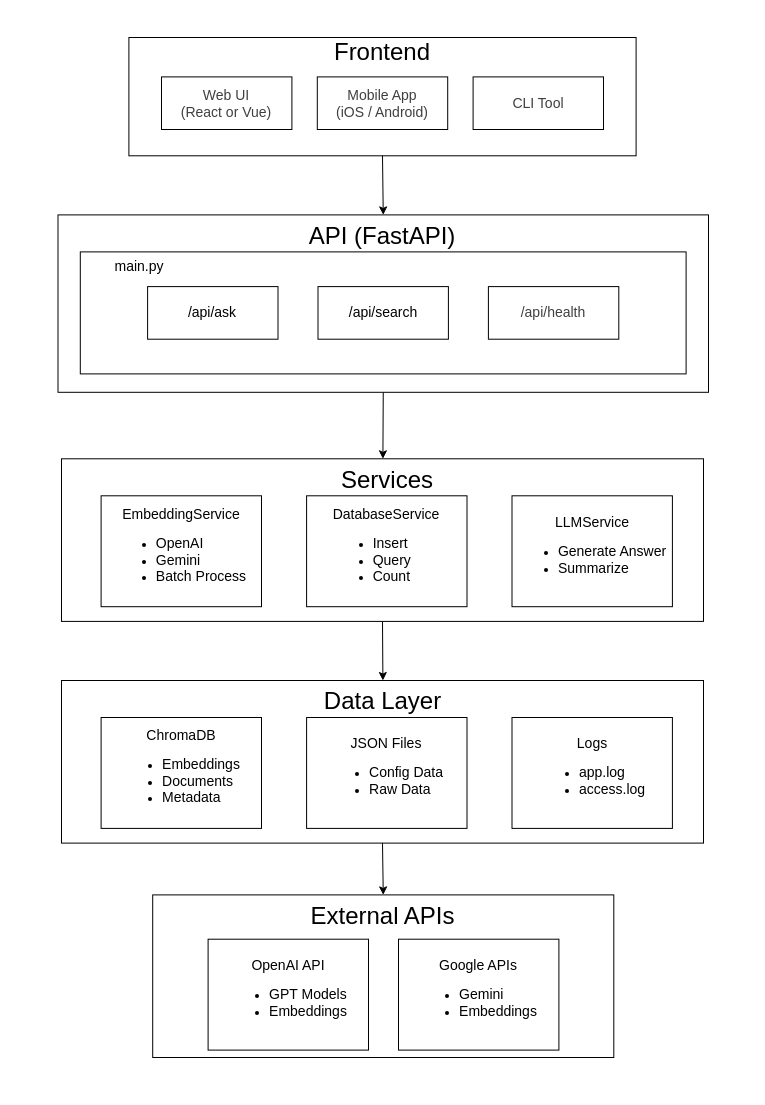
This is docs/drawio/System Architecture.drawio from graduateprojectmis/grad-project, a draw.io file, before an edit. Source tidied: cells renumbered, new cells numbered last; positions are measured from the earlier drawing's top-left corner, leaving out a move shared by most shapes. Both pictures are drawn from the tidied source at 100%, with x=0, y=0 at pixel (58, 37).
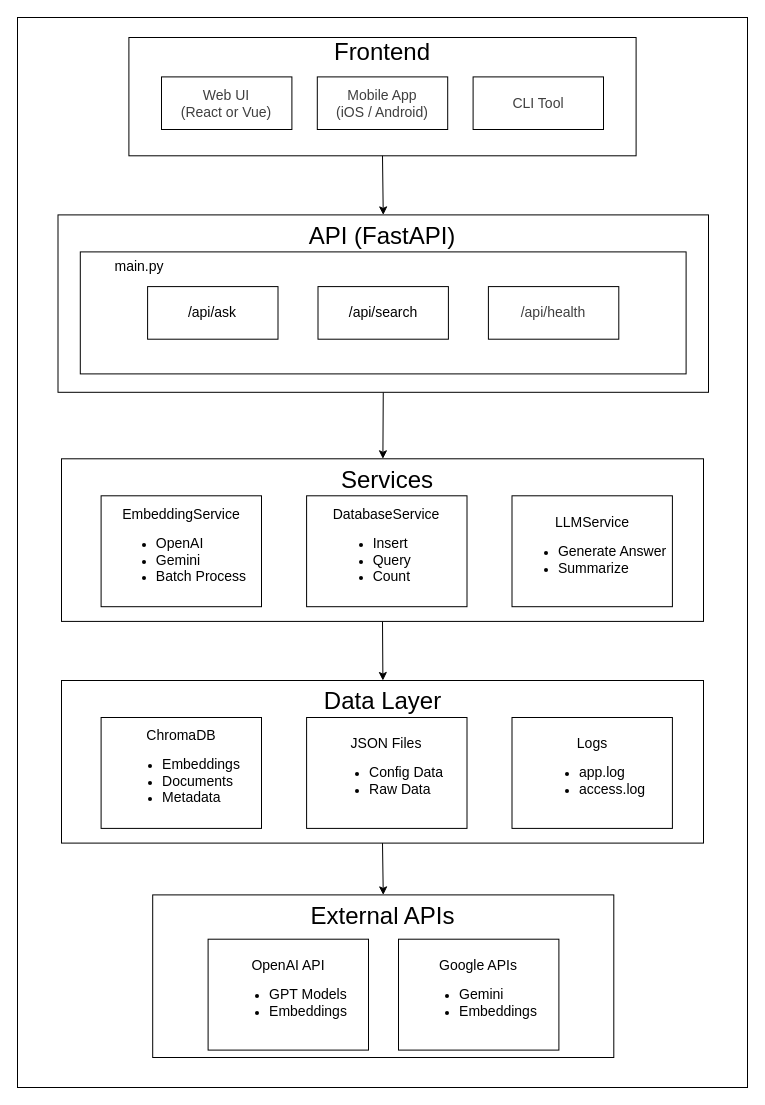
The same page after the edit.

Commit message (it also covers changes not shown here):
Modify System flow chart

What changed in the source:
```diff
@@
+    <mxCell id="39" style="rounded=0;whiteSpace=wrap;html=1;" parent="1" vertex="1">
+      <mxGeometry x="-41" y="-20" width="730" height="1070" as="geometry" />
+    </mxCell>
```
